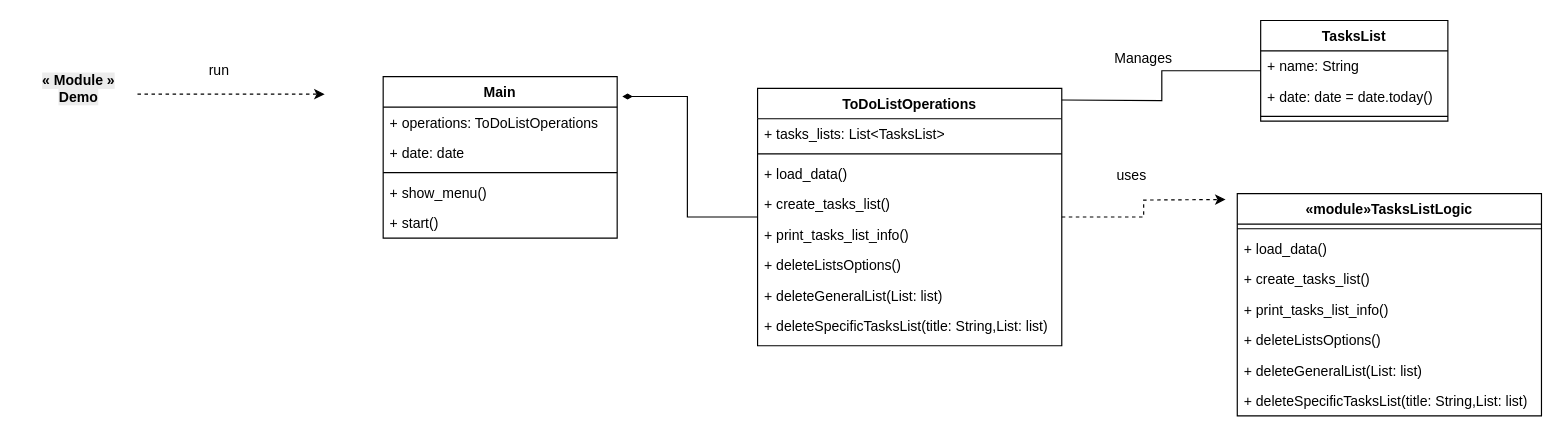
Before: page "UML Class Diagram" (6 of 6) of ToDoList App.drawio in AbdallahDaradkeh-1/ToDoList-App, a draw.io diagram. Source tidied: cells renumbered, new cells numbered last; positions are measured from the earlier drawing's top-left corner, leaving out a move shared by most shapes. Both pictures are drawn from the tidied source at 117%, with x=0, y=0 at pixel (20, 20).
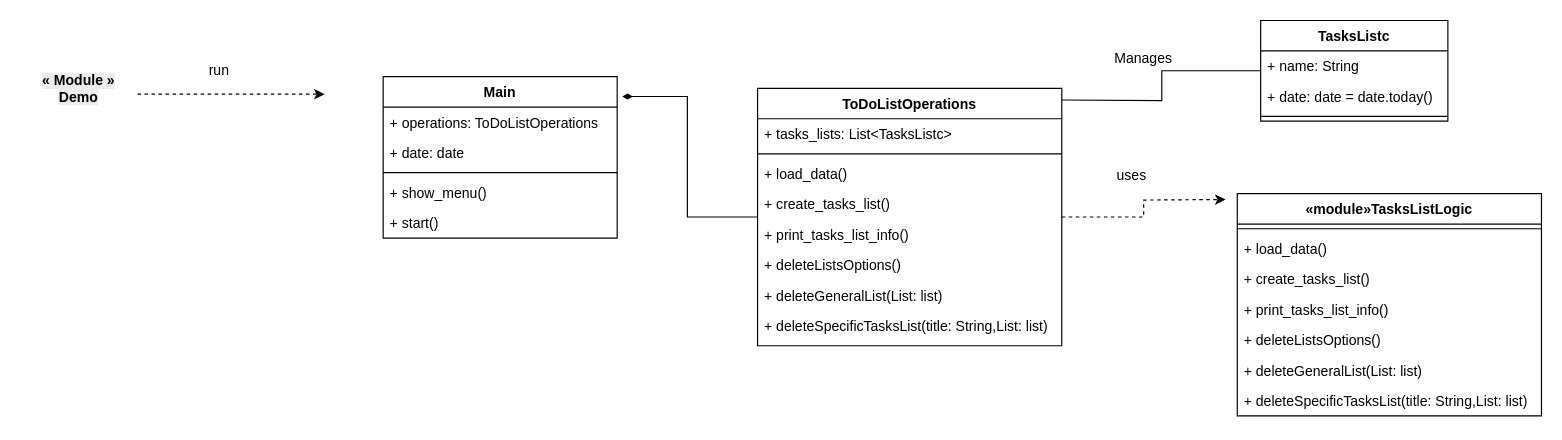
Above is the later version.

Commit message (it also covers changes not shown here):
Before User Choose The Specific TasksList He wanna choose, I show him all available TasksList, I edit the print_taks_list_info() method to include numbers 1,2,3... for TaksList

Unchanged cells that the change refers to:
```xml
<mxCell id="3" value="&lt;span style=&quot;&quot;&gt;ToDoListOperations&lt;/span&gt;" style="swimlane;fontStyle=1;align=center;verticalAlign=top;horizontal=1;startSize=26;whiteSpace=wrap;html=1;" parent="1" vertex="1">
  <mxGeometry x="630" y="58" width="260" height="220" as="geometry" />
</mxCell>
```

Change to the diagram source:
```diff
@@
-    <mxCell id="4" value="+ tasks_lists: List&amp;lt;TasksList&amp;gt;" style="text;strokeColor=none;fillColor=none;align=left;verticalAlign=top;spacingLeft=4;spacingRight=4;overflow=hidden;whiteSpace=wrap;html=1;" parent="3" vertex="1">
+    <mxCell id="4" value="+ tasks_lists: List&amp;lt;TasksListc&amp;gt;" style="text;strokeColor=none;fillColor=none;align=left;verticalAlign=top;spacingLeft=4;spacingRight=4;overflow=hidden;whiteSpace=wrap;html=1;" parent="3" vertex="1">
       <mxGeometry y="26" width="260" height="26" as="geometry" />
     </mxCell>
@@
-    <mxCell id="12" value="TasksList" style="swimlane;fontStyle=1;align=center;verticalAlign=top;horizontal=1;startSize=26;whiteSpace=wrap;html=1;" parent="1" vertex="1">
+    <mxCell id="12" value="TasksListc" style="swimlane;fontStyle=1;align=center;verticalAlign=top;horizontal=1;startSize=26;whiteSpace=wrap;html=1;" parent="1" vertex="1">
       <mxGeometry x="1060" width="160" height="86" as="geometry" />
     </mxCell>
```
